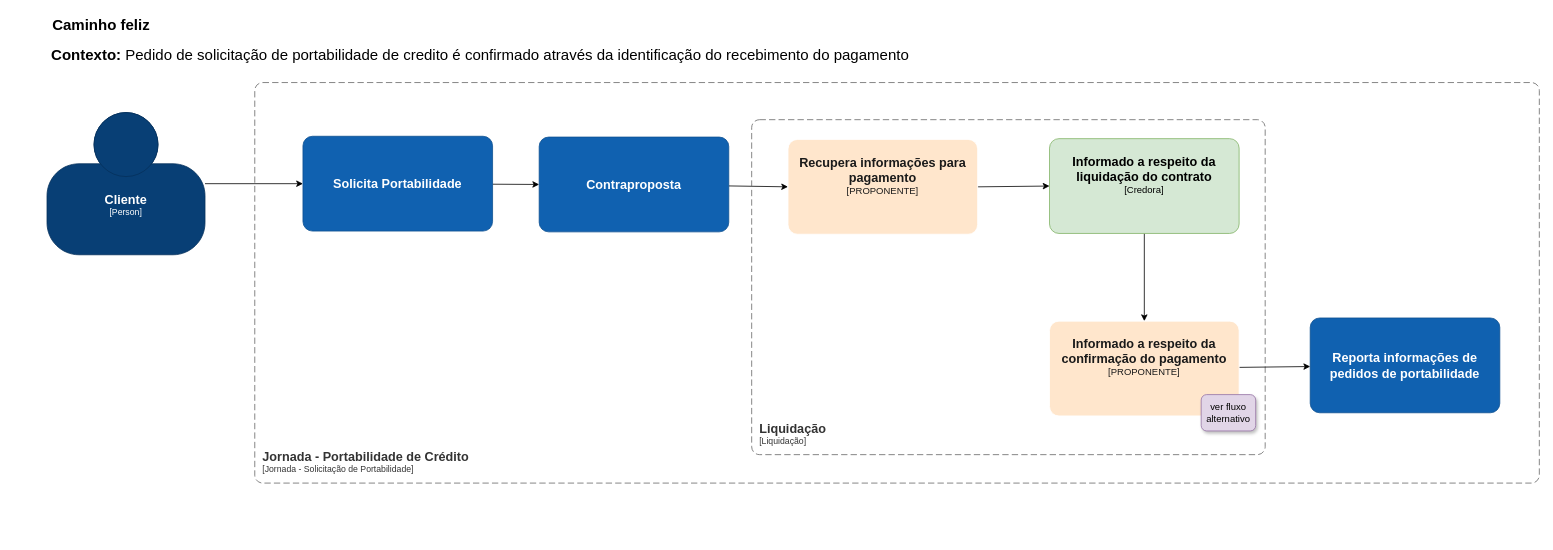
Before: page "Liquidação" (17 of 26) of portabilidade_credito.drawio in andreferreiratrindade/portabilidade_credito_draw, a draw.io diagram. Source tidied: cells renumbered, new cells numbered last; positions are measured from the earlier drawing's top-left corner, leaving out a move shared by most shapes. Both pictures are drawn from the tidied source at 79%, with x=0, y=0 at pixel (13, 13).
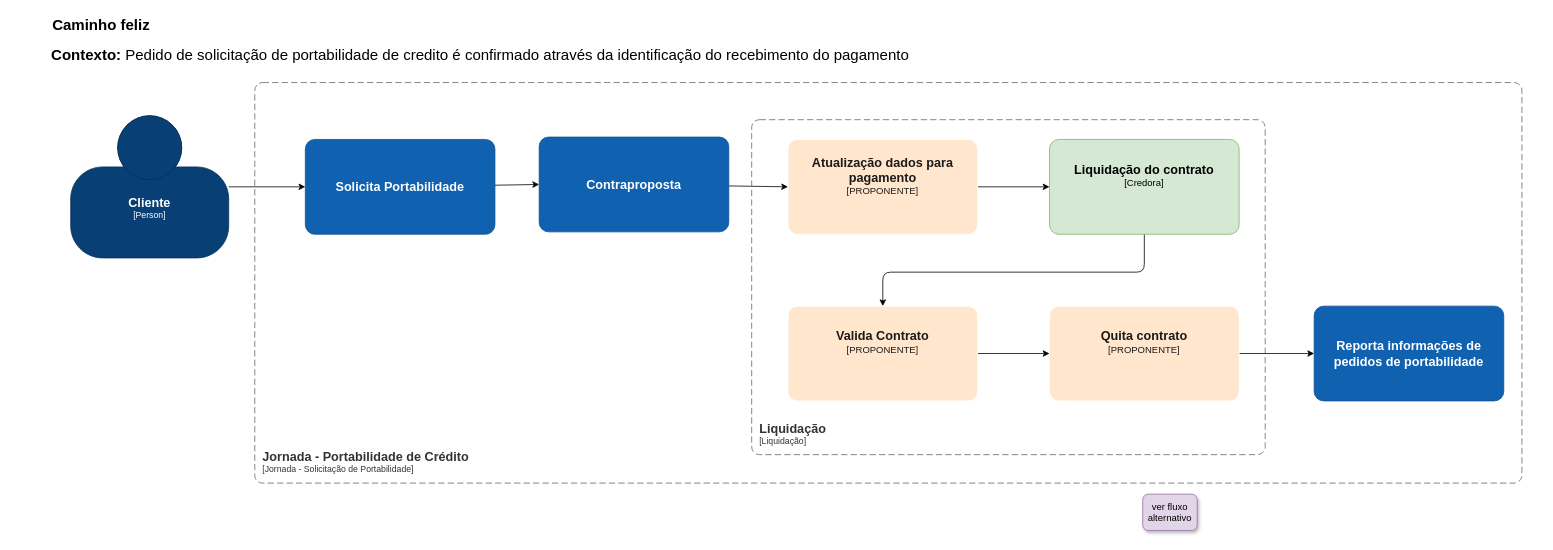
Above is the later version.

Commit message (it also covers changes not shown here):
Add - Fluxo de Dados para pagamento

The edit, as a diff of the source:
```diff
@@
     <object id="2" label="&lt;font style=&quot;font-size: 16px&quot;&gt;&lt;b&gt;%c4Name%&lt;/b&gt;&lt;/font&gt;&lt;div&gt;[%c4Type%]&lt;/div&gt;&lt;br&gt;&lt;div&gt;&lt;font style=&quot;font-size: 11px&quot;&gt;&lt;font color=&quot;#cccccc&quot;&gt;%c4Description%&lt;/font&gt;&lt;/div&gt;" c4Description="" c4Name="Cliente" c4Type="Person" placeholders="1">
       <mxCell style="html=1;fontSize=11;dashed=0;whiteSpace=wrap;fillColor=#083F75;strokeColor=#06315C;fontColor=#ffffff;shape=mxgraph.c4.person2;align=center;points=[[0.5,0,0],[1,0.5,0],[1,0.75,0],[0.75,1,0],[0.5,1,0],[0.25,1,0],[0,0.75,0],[0,0.5,0]];" parent="1" vertex="1">
-        <mxGeometry x="42" y="125" width="200" height="180" as="geometry" />
+        <mxGeometry x="72" y="129" width="200" height="180" as="geometry" />
       </mxCell>
     </object>
@@
     <object id="6" label="&lt;font style=&quot;font-size: 16px&quot;&gt;&lt;b&gt;&lt;div style=&quot;text-align: left&quot;&gt;%c4Name%&lt;/div&gt;&lt;/b&gt;&lt;/font&gt;&lt;div style=&quot;text-align: left&quot;&gt;[%c4Application%]&lt;/div&gt;" c4Application="Jornada - Solicitação de Portabilidade" c4Name="Jornada - Portabilidade de Crédito" placeholders="1">
       <mxCell style="rounded=1;fontSize=11;whiteSpace=wrap;html=1;dashed=1;arcSize=20;fillColor=none;strokeColor=#666666;fontColor=#333333;labelBackgroundColor=none;align=left;verticalAlign=bottom;labelBorderColor=none;spacingTop=0;spacing=10;dashPattern=8 4;perimeter=rectanglePerimeter;noLabel=0;labelPadding=0;absoluteArcSize=1;" parent="1" vertex="1">
-        <mxGeometry x="305" y="87" width="1626" height="507" as="geometry" />
+        <mxGeometry x="305" y="87" width="1604" height="507" as="geometry" />
       </mxCell>
     </object>
@@
     <object id="8" label="&lt;font style=&quot;font-size: 16px&quot;&gt;&lt;b&gt;%c4Name%&lt;/b&gt;&lt;/font&gt;&lt;br&gt;&lt;div&gt;&lt;font style=&quot;font-size: 11px&quot;&gt;&lt;font color=&quot;#cccccc&quot;&gt;%c4Description%&lt;/font&gt;&lt;/div&gt;" c4Description="" c4Name="Solicita Portabilidade" placeholders="1">
       <mxCell style="rounded=1;whiteSpace=wrap;html=1;labelBackgroundColor=none;fillColor=#1061B0;fontColor=#ffffff;align=center;arcSize=10;strokeColor=#0D5091;points=[[0.25,0,0],[0.5,0,0],[0.75,0,0],[1,0.25,0],[1,0.5,0],[1,0.75,0],[0.75,1,0],[0.5,1,0],[0.25,1,0],[0,0.75,0],[0,0.5,0],[0,0.25,0]];" parent="1" vertex="1">
-        <mxGeometry x="366" y="155" width="240" height="120" as="geometry" />
+        <mxGeometry x="369" y="159" width="240" height="120" as="geometry" />
       </mxCell>
     </object>
     <object id="9" label="&lt;font style=&quot;font-size: 16px&quot;&gt;&lt;b&gt;%c4Name%&lt;/b&gt;&lt;/font&gt;&lt;br&gt;&lt;div&gt;&lt;font style=&quot;font-size: 11px&quot;&gt;&lt;font color=&quot;#cccccc&quot;&gt;%c4Description%&lt;/font&gt;&lt;/div&gt;" c4Description="" c4Name="Reporta informações de pedidos de portabilidade" placeholders="1">
       <mxCell style="rounded=1;whiteSpace=wrap;html=1;labelBackgroundColor=none;fillColor=#1061B0;fontColor=#ffffff;align=center;arcSize=10;strokeColor=#0D5091;points=[[0.25,0,0],[0.5,0,0],[0.75,0,0],[1,0.25,0],[1,0.5,0],[1,0.75,0],[0.75,1,0],[0.5,1,0],[0.25,1,0],[0,0.75,0],[0,0.5,0],[0,0.25,0]];" parent="1" vertex="1">
-        <mxGeometry x="1641" y="385" width="240" height="120" as="geometry" />
+        <mxGeometry x="1646" y="370" width="240" height="120" as="geometry" />
       </mxCell>
     </object>
@@
-    <object id="14" label="&lt;font style=&quot;font-size: 16px&quot;&gt;&lt;b&gt;%c4Name%&lt;/b&gt;&lt;/font&gt;&lt;div&gt;[%c4Type%]&lt;/div&gt;&lt;br&gt;&lt;div&gt;&lt;font style=&quot;font-size: 11px&quot;&gt;&lt;font&gt;%c4Description%&lt;/font&gt;&lt;/font&gt;&lt;/div&gt;" c4Description="&#10;" c4Name="Recupera informações para pagamento" c4Type="PROPONENTE" placeholders="1">
+    <object id="14" label="&lt;font style=&quot;font-size: 16px&quot;&gt;&lt;b&gt;%c4Name%&lt;/b&gt;&lt;/font&gt;&lt;div&gt;[%c4Type%]&lt;/div&gt;&lt;br&gt;&lt;div&gt;&lt;font style=&quot;font-size: 11px&quot;&gt;&lt;font&gt;%c4Description%&lt;/font&gt;&lt;/font&gt;&lt;/div&gt;" c4Description="&#10;" c4Name="Atualização dados para pagamento" c4Type="PROPONENTE" placeholders="1">
       <mxCell style="rounded=1;whiteSpace=wrap;html=1;labelBackgroundColor=none;fillColor=#FFE6CC;fontColor=#1A1A1A;align=center;arcSize=10;strokeColor=#FFFFFF;points=[[0.25,0,0],[0.5,0,0],[0.75,0,0],[1,0.25,0],[1,0.5,0],[1,0.75,0],[0.75,1,0],[0.5,1,0],[0.25,1,0],[0,0.75,0],[0,0.5,0],[0,0.25,0]];" parent="1" vertex="1">
         <mxGeometry x="980" y="159" width="240" height="120" as="geometry" />
       </mxCell>
     </object>
-    <mxCell id="15" style="edgeStyle=none;html=1;entryX=0.5;entryY=0;entryDx=0;entryDy=0;entryPerimeter=0;" parent="1" edge="1" source="16" target="18">
-      <mxGeometry relative="1" as="geometry" />
+    <mxCell id="15" style="edgeStyle=none;html=1;entryX=0.5;entryY=0;entryDx=0;entryDy=0;entryPerimeter=0;exitX=0.5;exitY=1;exitDx=0;exitDy=0;exitPerimeter=0;" parent="1" edge="1" source="16" target="18">
+      <mxGeometry relative="1" as="geometry">
+        <Array as="points">
+          <mxPoint x="1431" y="327" />
+          <mxPoint x="1100" y="327" />
+        </Array>
+      </mxGeometry>
     </mxCell>
-    <object id="16" label="&lt;font style=&quot;font-size: 16px&quot;&gt;&lt;b&gt;%c4Name%&lt;/b&gt;&lt;/font&gt;&lt;div&gt;[%c4Type%]&lt;/div&gt;&lt;br&gt;&lt;div&gt;&lt;font style=&quot;font-size: 11px&quot;&gt;&lt;font&gt;%c4Description%&lt;/font&gt;&lt;/font&gt;&lt;/div&gt;" c4Description="&#10;" c4Name="Informado a respeito da liquidação do contrato" c4Type="Credora" placeholders="1">
+    <object id="16" label="&lt;font style=&quot;font-size: 16px&quot;&gt;&lt;b&gt;%c4Name%&lt;/b&gt;&lt;/font&gt;&lt;div&gt;[%c4Type%]&lt;/div&gt;&lt;br&gt;&lt;div&gt;&lt;font style=&quot;font-size: 11px&quot;&gt;&lt;font&gt;%c4Description%&lt;/font&gt;&lt;/font&gt;&lt;/div&gt;" c4Description="&#10;" c4Name="Liquidação do contrato" c4Type="Credora" placeholders="1">
       <mxCell style="rounded=1;whiteSpace=wrap;html=1;labelBackgroundColor=none;fillColor=#d5e8d4;align=center;arcSize=10;strokeColor=#82b366;points=[[0.25,0,0],[0.5,0,0],[0.75,0,0],[1,0.25,0],[1,0.5,0],[1,0.75,0],[0.75,1,0],[0.5,1,0],[0.25,1,0],[0,0.75,0],[0,0.5,0],[0,0.25,0]];" parent="1" vertex="1">
-        <mxGeometry x="1311" y="158" width="240" height="120" as="geometry" />
+        <mxGeometry x="1311" y="159" width="240" height="120" as="geometry" />
       </mxCell>
     </object>
-    <mxCell id="17" style="edgeStyle=none;html=1;" parent="1" edge="1" source="18" target="9">
+    <mxCell id="17" style="edgeStyle=none;html=1;entryX=0;entryY=0.5;entryDx=0;entryDy=0;entryPerimeter=0;" parent="1" edge="1" source="18" target="21">
       <mxGeometry relative="1" as="geometry" />
     </mxCell>
-    <object id="18" label="&lt;font style=&quot;font-size: 16px&quot;&gt;&lt;b&gt;%c4Name%&lt;/b&gt;&lt;/font&gt;&lt;div&gt;[%c4Type%]&lt;/div&gt;&lt;br&gt;&lt;div&gt;&lt;font style=&quot;font-size: 11px&quot;&gt;&lt;font&gt;%c4Description%&lt;/font&gt;&lt;/font&gt;&lt;/div&gt;" c4Description="&#10;" c4Name="Informado a respeito da confirmação do pagamento" c4Type="PROPONENTE" placeholders="1">
+    <object id="18" label="&lt;font style=&quot;font-size: 16px&quot;&gt;&lt;b&gt;%c4Name%&lt;/b&gt;&lt;/font&gt;&lt;div&gt;[%c4Type%]&lt;/div&gt;&lt;br&gt;&lt;div&gt;&lt;font style=&quot;font-size: 11px&quot;&gt;&lt;font&gt;%c4Description%&lt;/font&gt;&lt;/font&gt;&lt;/div&gt;" c4Description="&#10;" c4Name="Valida Contrato" c4Type="PROPONENTE" placeholders="1">
       <mxCell style="rounded=1;whiteSpace=wrap;html=1;labelBackgroundColor=none;fillColor=#FFE6CC;fontColor=#1A1A1A;align=center;arcSize=10;strokeColor=#FFFFFF;points=[[0.25,0,0],[0.5,0,0],[0.75,0,0],[1,0.25,0],[1,0.5,0],[1,0.75,0],[0.75,1,0],[0.5,1,0],[0.25,1,0],[0,0.75,0],[0,0.5,0],[0,0.25,0]];" parent="1" vertex="1">
-        <mxGeometry x="1311" y="389" width="240" height="120" as="geometry" />
+        <mxGeometry x="980" y="370" width="240" height="120" as="geometry" />
       </mxCell>
     </object>
     <mxCell id="19" value="ver fluxo alternativo" style="rounded=1;whiteSpace=wrap;html=1;fillColor=#e1d5e7;strokeColor=#9673a6;textShadow=0;shadow=1;" parent="1" vertex="1">
-      <mxGeometry x="1503" y="482" width="69" height="46" as="geometry" />
+      <mxGeometry x="1429" y="608" width="69" height="46" as="geometry" />
     </mxCell>
+    <mxCell id="20" style="edgeStyle=none;html=1;entryX=0;entryY=0.5;entryDx=0;entryDy=0;entryPerimeter=0;" parent="1" edge="1" source="21" target="9">
+      <mxGeometry relative="1" as="geometry" />
+    </mxCell>
+    <object id="21" label="&lt;font style=&quot;font-size: 16px&quot;&gt;&lt;b&gt;%c4Name%&lt;/b&gt;&lt;/font&gt;&lt;div&gt;[%c4Type%]&lt;/div&gt;&lt;br&gt;&lt;div&gt;&lt;font style=&quot;font-size: 11px&quot;&gt;&lt;font&gt;%c4Description%&lt;/font&gt;&lt;/font&gt;&lt;/div&gt;" c4Description="&#10;" c4Name="Quita contrato" c4Type="PROPONENTE" placeholders="1">
+      <mxCell style="rounded=1;whiteSpace=wrap;html=1;labelBackgroundColor=none;fillColor=#FFE6CC;fontColor=#1A1A1A;align=center;arcSize=10;strokeColor=#FFFFFF;points=[[0.25,0,0],[0.5,0,0],[0.75,0,0],[1,0.25,0],[1,0.5,0],[1,0.75,0],[0.75,1,0],[0.5,1,0],[0.25,1,0],[0,0.75,0],[0,0.5,0],[0,0.25,0]];" parent="1" vertex="1">
+        <mxGeometry x="1311" y="370" width="240" height="120" as="geometry" />
+      </mxCell>
+    </object>
```
